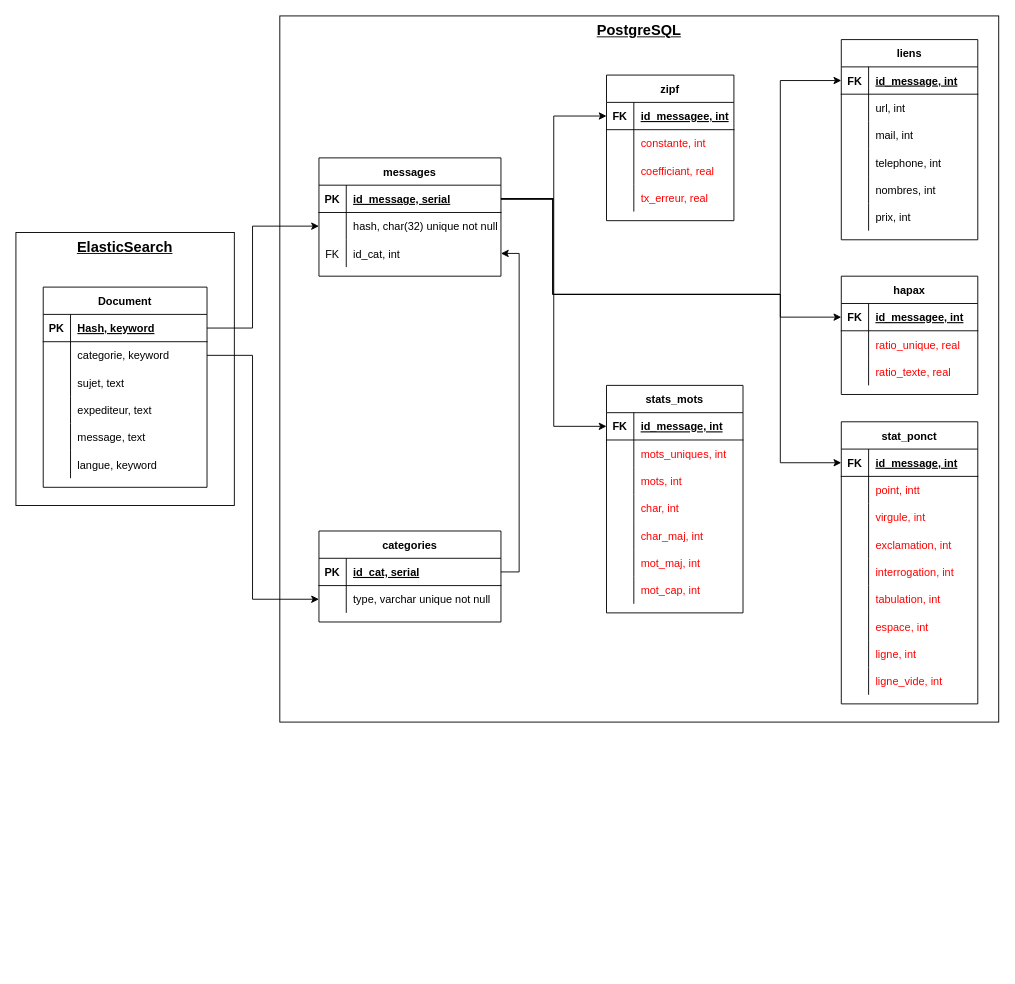
Above: 03_Rapport/Schéma/Bdd_phase1.drawio in peredur0/mercury (draw.io), before the change. Source tidied: cells renumbered, new cells numbered last; positions are measured from the earlier drawing's top-left corner, leaving out a move shared by most shapes. Both pictures are drawn from the tidied source at 91%, with x=0, y=0 at pixel (15, 15).
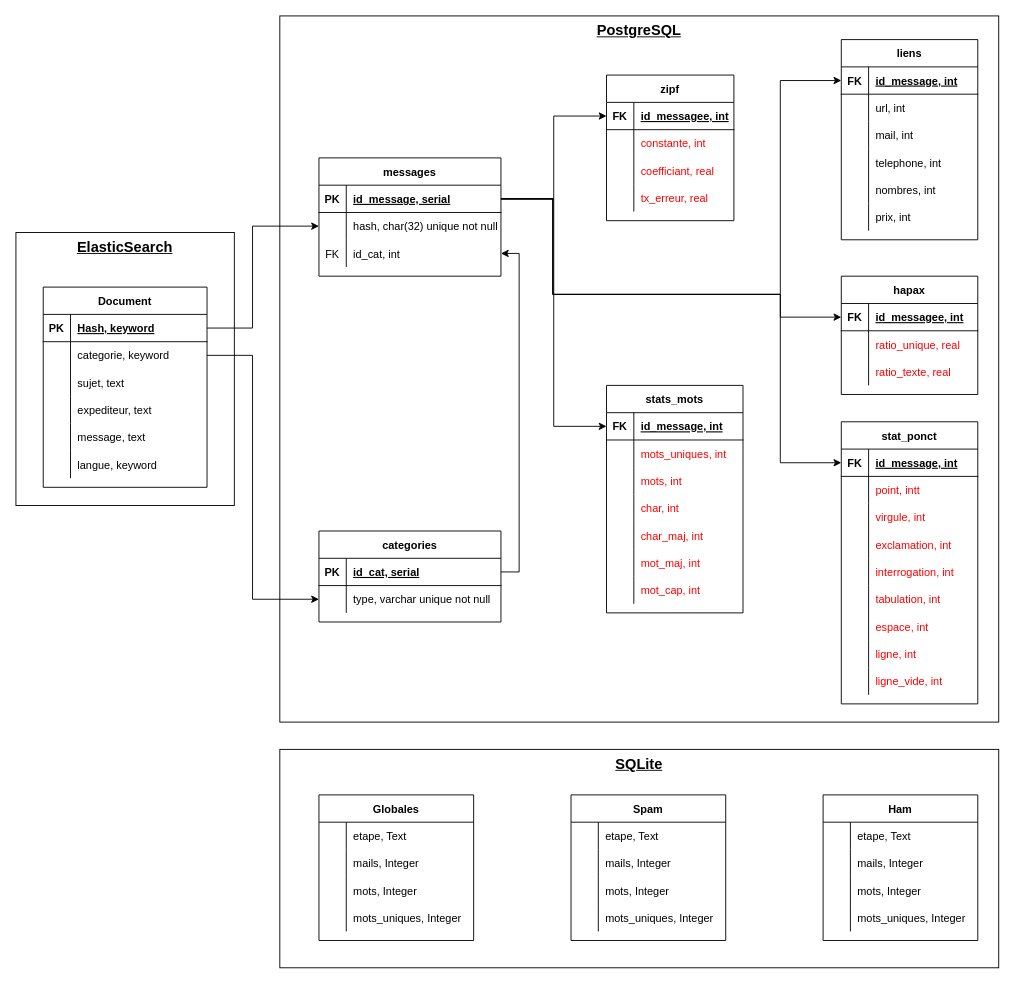
The same page after the edit.

Commit message (it also covers changes not shown here):
Travaille sur le rapport et quelques diagrammes

The edit, as a diff of the source:
```diff
@@
+    <mxCell id="141" value="&lt;span style=&quot;font-size: 16px;&quot;&gt;&lt;b&gt;&lt;u&gt;SQLite&lt;/u&gt;&lt;/b&gt;&lt;/span&gt;" style="whiteSpace=wrap;html=1;align=center;verticalAlign=top;" parent="1" vertex="1">
+      <mxGeometry x="290" y="806" width="790" height="240" as="geometry" />
+    </mxCell>
@@
+    <mxCell id="142" value="Globales" style="shape=table;startSize=30;childLayout=tableLayout;rowLines=0;fontStyle=1;align=center;" parent="1" vertex="1">
+      <mxGeometry x="333" y="856" width="170" height="160" as="geometry" />
+    </mxCell>
+    <mxCell id="143" style="shape=partialRectangle;fillColor=none;top=0;left=0;right=0;bottom=0;" parent="142" vertex="1">
+      <mxGeometry y="30" width="170" height="30" as="geometry" />
+    </mxCell>
+    <mxCell id="144" style="shape=partialRectangle;overflow=hidden;fillColor=none;top=0;left=0;bottom=0;right=0;" parent="143" vertex="1">
+      <mxGeometry width="30" height="30" as="geometry" />
+    </mxCell>
+    <mxCell id="145" value="etape, Text    " style="shape=partialRectangle;overflow=hidden;fillColor=none;top=0;left=0;bottom=0;right=0;align=left;spacingLeft=6;" parent="143" vertex="1">
+      <mxGeometry x="30" width="140" height="30" as="geometry" />
+    </mxCell>
+    <mxCell id="146" style="shape=partialRectangle;fillColor=none;top=0;left=0;right=0;bottom=0;" parent="142" vertex="1">
+      <mxGeometry y="60" width="170" height="30" as="geometry" />
+    </mxCell>
+    <mxCell id="147" style="shape=partialRectangle;overflow=hidden;fillColor=none;top=0;left=0;bottom=0;right=0;" parent="146" vertex="1">
+      <mxGeometry width="30" height="30" as="geometry" />
+    </mxCell>
+    <mxCell id="148" value="mails, Integer" style="shape=partialRectangle;overflow=hidden;fillColor=none;top=0;left=0;bottom=0;right=0;align=left;spacingLeft=6;" parent="146" vertex="1">
+      <mxGeometry x="30" width="140" height="30" as="geometry" />
+    </mxCell>
+    <mxCell id="149" style="shape=partialRectangle;fillColor=none;top=0;left=0;right=0;bottom=0;" parent="142" vertex="1">
+      <mxGeometry y="90" width="170" height="30" as="geometry" />
+    </mxCell>
+    <mxCell id="150" style="shape=partialRectangle;overflow=hidden;fillColor=none;top=0;left=0;bottom=0;right=0;" parent="149" vertex="1">
+      <mxGeometry width="30" height="30" as="geometry" />
+    </mxCell>
+    <mxCell id="151" value="mots, Integer" style="shape=partialRectangle;overflow=hidden;fillColor=none;top=0;left=0;bottom=0;right=0;align=left;spacingLeft=6;" parent="149" vertex="1">
+      <mxGeometry x="30" width="140" height="30" as="geometry" />
+    </mxCell>
+    <mxCell id="152" style="shape=partialRectangle;fillColor=none;top=0;left=0;right=0;bottom=0;" parent="142" vertex="1">
+      <mxGeometry y="120" width="170" height="30" as="geometry" />
+    </mxCell>
+    <mxCell id="153" style="shape=partialRectangle;overflow=hidden;fillColor=none;top=0;left=0;bottom=0;right=0;" parent="152" vertex="1">
+      <mxGeometry width="30" height="30" as="geometry" />
+    </mxCell>
+    <mxCell id="154" value="mots_uniques, Integer" style="shape=partialRectangle;overflow=hidden;fillColor=none;top=0;left=0;bottom=0;right=0;align=left;spacingLeft=6;" parent="152" vertex="1">
+      <mxGeometry x="30" width="140" height="30" as="geometry" />
+    </mxCell>
+    <mxCell id="155" value="Spam" style="shape=table;startSize=30;childLayout=tableLayout;rowLines=0;fontStyle=1;align=center;" parent="1" vertex="1">
+      <mxGeometry x="610" y="856" width="170" height="160" as="geometry" />
+    </mxCell>
+    <mxCell id="156" style="shape=partialRectangle;fillColor=none;top=0;left=0;right=0;bottom=0;" parent="155" vertex="1">
+      <mxGeometry y="30" width="170" height="30" as="geometry" />
+    </mxCell>
+    <mxCell id="157" style="shape=partialRectangle;overflow=hidden;fillColor=none;top=0;left=0;bottom=0;right=0;" parent="156" vertex="1">
+      <mxGeometry width="30" height="30" as="geometry" />
+    </mxCell>
+    <mxCell id="158" value="etape, Text    " style="shape=partialRectangle;overflow=hidden;fillColor=none;top=0;left=0;bottom=0;right=0;align=left;spacingLeft=6;" parent="156" vertex="1">
+      <mxGeometry x="30" width="140" height="30" as="geometry" />
+    </mxCell>
+    <mxCell id="159" style="shape=partialRectangle;fillColor=none;top=0;left=0;right=0;bottom=0;" parent="155" vertex="1">
+      <mxGeometry y="60" width="170" height="30" as="geometry" />
+    </mxCell>
+    <mxCell id="160" style="shape=partialRectangle;overflow=hidden;fillColor=none;top=0;left=0;bottom=0;right=0;" parent="159" vertex="1">
+      <mxGeometry width="30" height="30" as="geometry" />
+    </mxCell>
+    <mxCell id="161" value="mails, Integer" style="shape=partialRectangle;overflow=hidden;fillColor=none;top=0;left=0;bottom=0;right=0;align=left;spacingLeft=6;" parent="159" vertex="1">
+      <mxGeometry x="30" width="140" height="30" as="geometry" />
+    </mxCell>
+    <mxCell id="162" style="shape=partialRectangle;fillColor=none;top=0;left=0;right=0;bottom=0;" parent="155" vertex="1">
+      <mxGeometry y="90" width="170" height="30" as="geometry" />
+    </mxCell>
+    <mxCell id="163" style="shape=partialRectangle;overflow=hidden;fillColor=none;top=0;left=0;bottom=0;right=0;" parent="162" vertex="1">
+      <mxGeometry width="30" height="30" as="geometry" />
+    </mxCell>
+    <mxCell id="164" value="mots, Integer" style="shape=partialRectangle;overflow=hidden;fillColor=none;top=0;left=0;bottom=0;right=0;align=left;spacingLeft=6;" parent="162" vertex="1">
+      <mxGeometry x="30" width="140" height="30" as="geometry" />
+    </mxCell>
+    <mxCell id="165" style="shape=partialRectangle;fillColor=none;top=0;left=0;right=0;bottom=0;" parent="155" vertex="1">
+      <mxGeometry y="120" width="170" height="30" as="geometry" />
+    </mxCell>
+    <mxCell id="166" style="shape=partialRectangle;overflow=hidden;fillColor=none;top=0;left=0;bottom=0;right=0;" parent="165" vertex="1">
+      <mxGeometry width="30" height="30" as="geometry" />
+    </mxCell>
+    <mxCell id="167" value="mots_uniques, Integer" style="shape=partialRectangle;overflow=hidden;fillColor=none;top=0;left=0;bottom=0;right=0;align=left;spacingLeft=6;" parent="165" vertex="1">
+      <mxGeometry x="30" width="140" height="30" as="geometry" />
+    </mxCell>
+    <mxCell id="168" value="Ham" style="shape=table;startSize=30;childLayout=tableLayout;rowLines=0;fontStyle=1;align=center;" parent="1" vertex="1">
+      <mxGeometry x="887" y="856" width="170" height="160" as="geometry" />
+    </mxCell>
+    <mxCell id="169" style="shape=partialRectangle;fillColor=none;top=0;left=0;right=0;bottom=0;" parent="168" vertex="1">
+      <mxGeometry y="30" width="170" height="30" as="geometry" />
+    </mxCell>
+    <mxCell id="170" style="shape=partialRectangle;overflow=hidden;fillColor=none;top=0;left=0;bottom=0;right=0;" parent="169" vertex="1">
+      <mxGeometry width="30" height="30" as="geometry" />
+    </mxCell>
+    <mxCell id="171" value="etape, Text    " style="shape=partialRectangle;overflow=hidden;fillColor=none;top=0;left=0;bottom=0;right=0;align=left;spacingLeft=6;" parent="169" vertex="1">
+      <mxGeometry x="30" width="140" height="30" as="geometry" />
+    </mxCell>
+    <mxCell id="172" style="shape=partialRectangle;fillColor=none;top=0;left=0;right=0;bottom=0;" parent="168" vertex="1">
+      <mxGeometry y="60" width="170" height="30" as="geometry" />
+    </mxCell>
+    <mxCell id="173" style="shape=partialRectangle;overflow=hidden;fillColor=none;top=0;left=0;bottom=0;right=0;" parent="172" vertex="1">
+      <mxGeometry width="30" height="30" as="geometry" />
+    </mxCell>
+    <mxCell id="174" value="mails, Integer" style="shape=partialRectangle;overflow=hidden;fillColor=none;top=0;left=0;bottom=0;right=0;align=left;spacingLeft=6;" parent="172" vertex="1">
+      <mxGeometry x="30" width="140" height="30" as="geometry" />
+    </mxCell>
+    <mxCell id="175" style="shape=partialRectangle;fillColor=none;top=0;left=0;right=0;bottom=0;" parent="168" vertex="1">
+      <mxGeometry y="90" width="170" height="30" as="geometry" />
+    </mxCell>
+    <mxCell id="176" style="shape=partialRectangle;overflow=hidden;fillColor=none;top=0;left=0;bottom=0;right=0;" parent="175" vertex="1">
+      <mxGeometry width="30" height="30" as="geometry" />
+    </mxCell>
+    <mxCell id="177" value="mots, Integer" style="shape=partialRectangle;overflow=hidden;fillColor=none;top=0;left=0;bottom=0;right=0;align=left;spacingLeft=6;" parent="175" vertex="1">
+      <mxGeometry x="30" width="140" height="30" as="geometry" />
+    </mxCell>
+    <mxCell id="178" style="shape=partialRectangle;fillColor=none;top=0;left=0;right=0;bottom=0;" parent="168" vertex="1">
+      <mxGeometry y="120" width="170" height="30" as="geometry" />
+    </mxCell>
+    <mxCell id="179" style="shape=partialRectangle;overflow=hidden;fillColor=none;top=0;left=0;bottom=0;right=0;" parent="178" vertex="1">
+      <mxGeometry width="30" height="30" as="geometry" />
+    </mxCell>
+    <mxCell id="180" value="mots_uniques, Integer" style="shape=partialRectangle;overflow=hidden;fillColor=none;top=0;left=0;bottom=0;right=0;align=left;spacingLeft=6;" parent="178" vertex="1">
+      <mxGeometry x="30" width="140" height="30" as="geometry" />
+    </mxCell>
```
